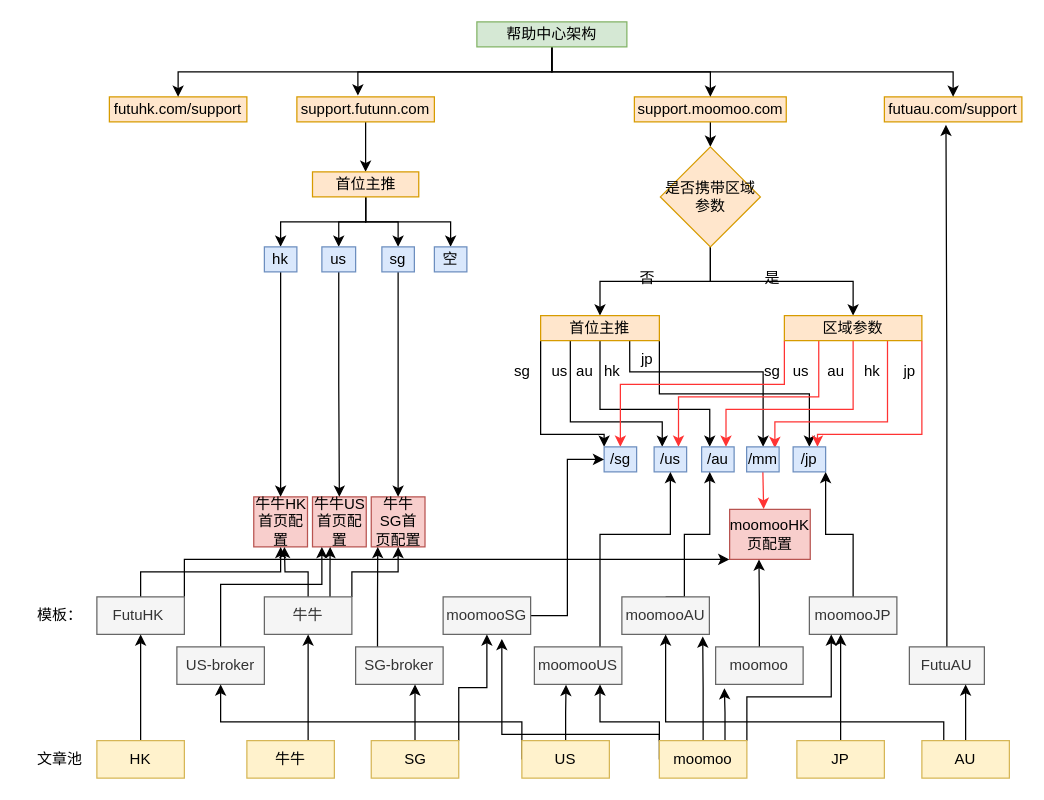
Above: 帮助中心.drawio in jokerbay/images (draw.io), before the change. Source tidied: cells renumbered, new cells numbered last; positions are measured from the earlier drawing's top-left corner, leaving out a move shared by most shapes. Both pictures are drawn from the tidied source at 125%, with x=0, y=0 at pixel (21, 21).
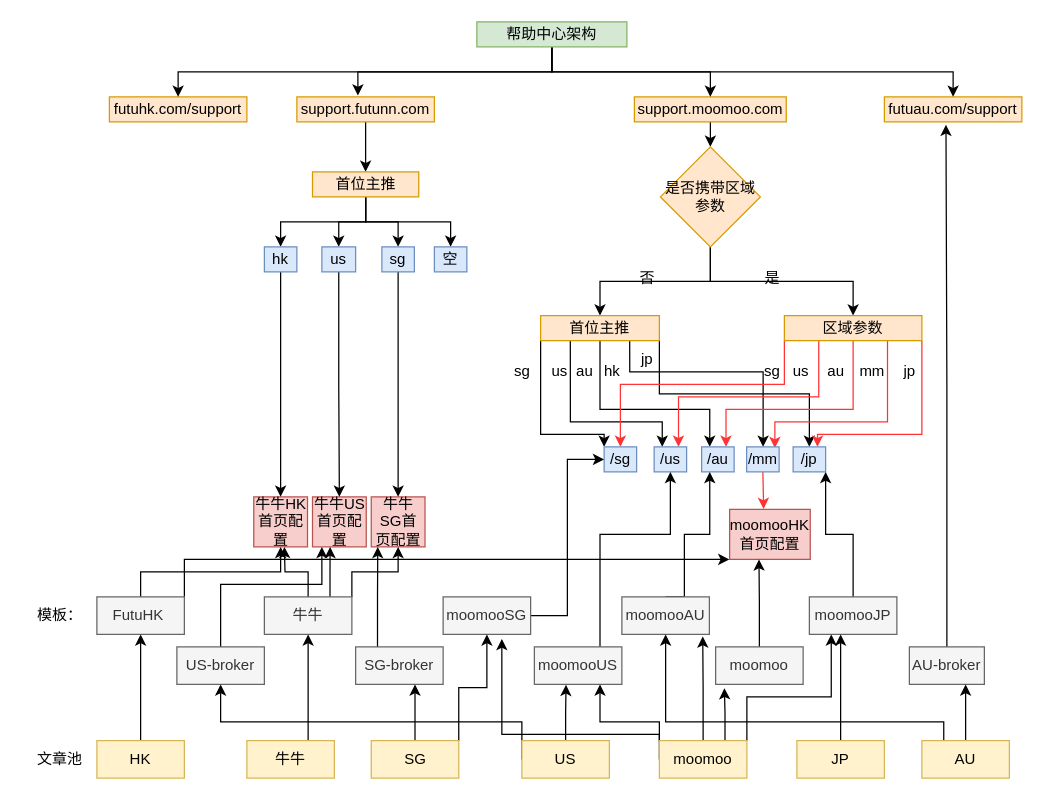
The same diagram, later.

Commit message:
更新帮助中心.drawio

The edit, as a diff of the source:
```diff
@@
-    <mxCell id="42" value="moomooHK页配置" style="rounded=0;whiteSpace=wrap;html=1;fillColor=#f8cecc;strokeColor=#b85450;" parent="1" vertex="1">
+    <mxCell id="42" value="moomooHK首页配置" style="rounded=0;whiteSpace=wrap;html=1;fillColor=#f8cecc;strokeColor=#b85450;" parent="1" vertex="1">
       <mxGeometry x="566.2" y="390" width="64.5" height="40" as="geometry" />
     </mxCell>
@@
-    <mxCell id="75" value="FutuAU" style="rounded=0;whiteSpace=wrap;html=1;fillColor=#f5f5f5;fontColor=#333333;strokeColor=#666666;" parent="1" vertex="1">
+    <mxCell id="75" value="AU-broker" style="rounded=0;whiteSpace=wrap;html=1;fillColor=#f5f5f5;fontColor=#333333;strokeColor=#666666;" parent="1" vertex="1">
       <mxGeometry x="710" y="500" width="60" height="30" as="geometry" />
     </mxCell>
@@
-    <mxCell id="106" value="hk" style="text;html=1;align=center;verticalAlign=middle;strokeColor=none;fillColor=none;" parent="1" vertex="1">
+    <mxCell id="106" value="mm" style="text;html=1;align=center;verticalAlign=middle;strokeColor=none;fillColor=none;" parent="1" vertex="1">
       <mxGeometry x="660" y="265" width="40" height="30" as="geometry" />
     </mxCell>
```
